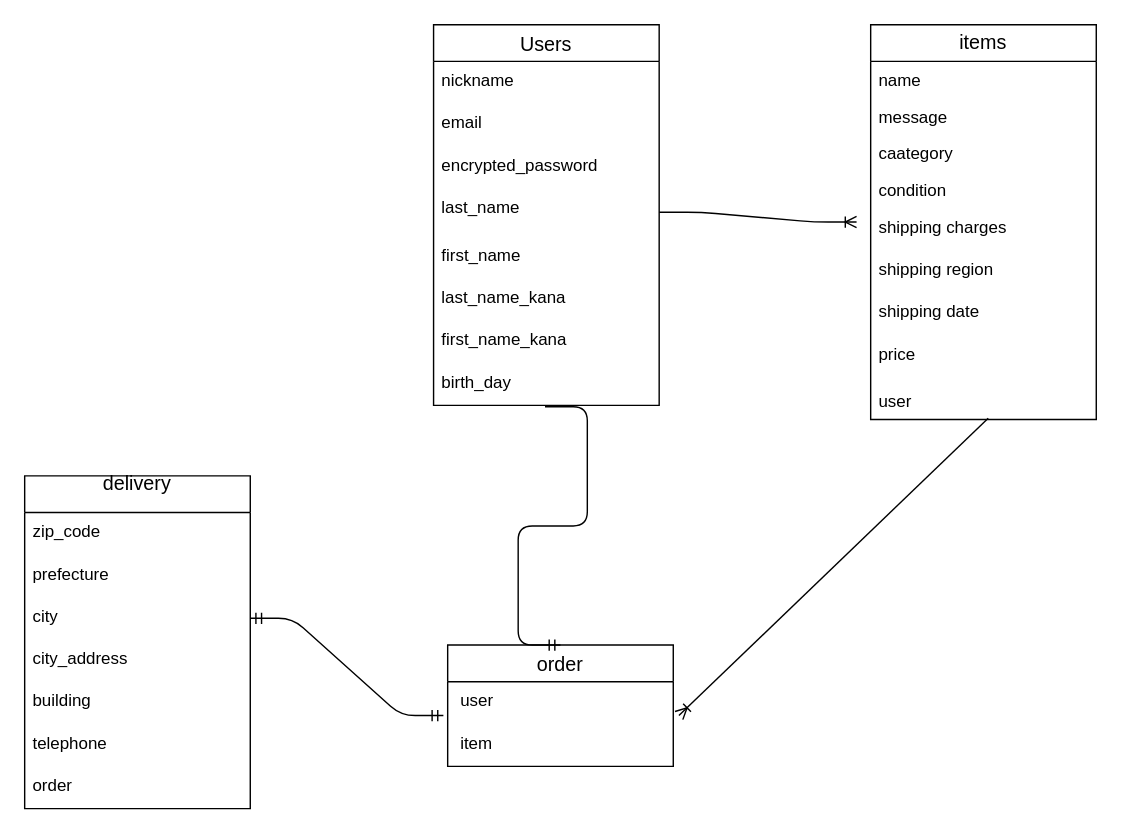
Above: ER.dio in tatsu11096/furima-38578 (draw.io), before the change. Source tidied: cells renumbered, new cells numbered last; positions are measured from the earlier drawing's top-left corner, leaving out a move shared by most shapes. Both pictures are drawn from the tidied source at 141%, with x=0, y=0 at pixel (24, 24).
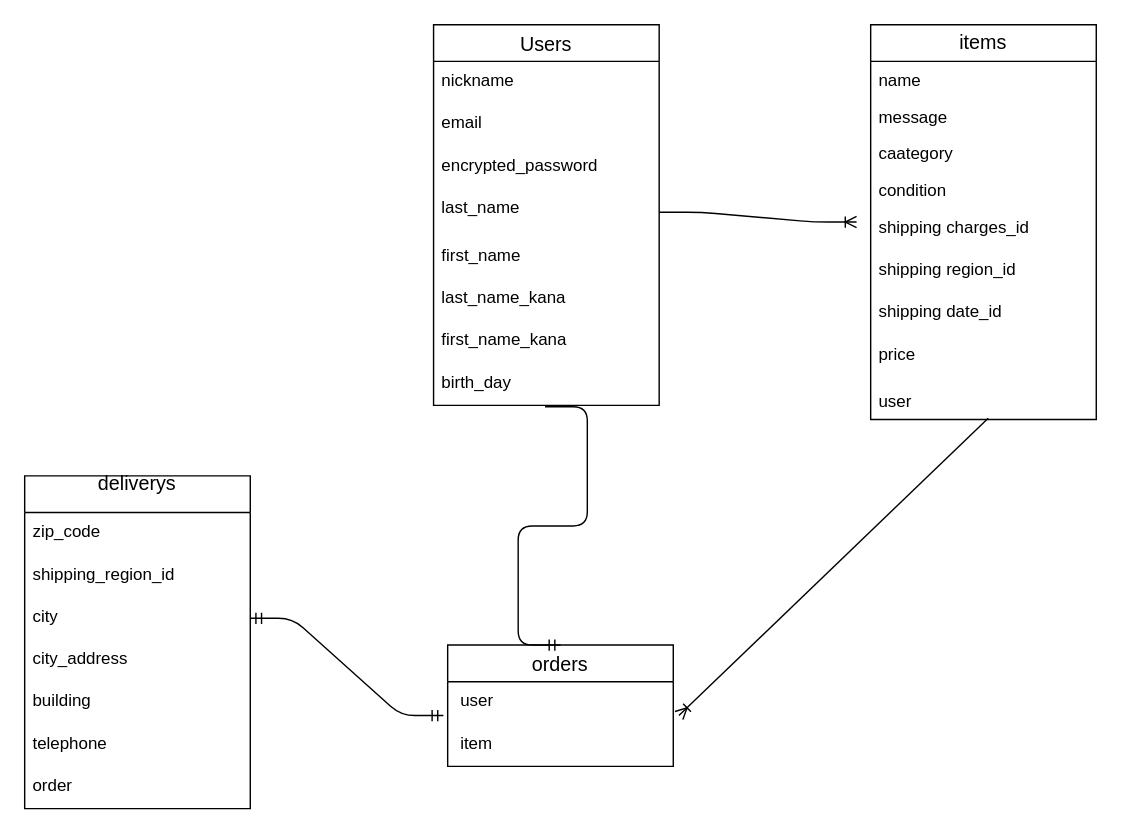
After the change.

Commit message (it also covers changes not shown here):
データベース修正３

The change refers to these unchanged cells:
```xml
<mxCell id="22" value="items" style="swimlane;fontStyle=0;horizontal=1;startSize=26;align=center;fontSize=14;whiteSpace=wrap;" parent="1" vertex="1">
  <mxGeometry x="600" width="160" height="280" as="geometry" />
</mxCell>
```

The edit, as a diff of the source:
```diff
@@
-    <mxCell id="11" value="order" style="swimlane;fontStyle=0;horizontal=1;startSize=26;align=center;fontSize=14;" parent="1" vertex="1">
+    <mxCell id="11" value="orders" style="swimlane;fontStyle=0;horizontal=1;startSize=26;align=center;fontSize=14;" parent="1" vertex="1">
       <mxGeometry x="300" y="440" width="160" height="86" as="geometry" />
     </mxCell>
@@
-    <mxCell id="14" value="delivery&#10;" style="swimlane;fontStyle=0;horizontal=1;startSize=26;align=center;fontSize=14;" parent="1" vertex="1">
+    <mxCell id="14" value="deliverys&#10;" style="swimlane;fontStyle=0;horizontal=1;startSize=26;align=center;fontSize=14;" parent="1" vertex="1">
       <mxGeometry y="320" width="160" height="236" as="geometry" />
     </mxCell>
@@
-    <mxCell id="16" value="prefecture" style="text;strokeColor=none;fillColor=none;spacingLeft=4;spacingRight=4;overflow=hidden;fontSize=12;" parent="14" vertex="1">
+    <mxCell id="16" value="shipping_region_id" style="text;strokeColor=none;fillColor=none;spacingLeft=4;spacingRight=4;overflow=hidden;fontSize=12;" parent="14" vertex="1">
       <mxGeometry y="56" width="160" height="30" as="geometry" />
     </mxCell>
@@
-    <mxCell id="27" value="shipping charges" style="text;strokeColor=none;fillColor=none;spacingLeft=4;spacingRight=4;overflow=hidden;fontSize=12;labelBackgroundColor=none;labelBorderColor=none;fontColor=default;" parent="22" vertex="1">
+    <mxCell id="27" value="shipping charges_id" style="text;strokeColor=none;fillColor=none;spacingLeft=4;spacingRight=4;overflow=hidden;fontSize=12;labelBackgroundColor=none;labelBorderColor=none;fontColor=default;" parent="22" vertex="1">
       <mxGeometry y="130" width="160" height="30" as="geometry" />
     </mxCell>
-    <mxCell id="28" value="shipping region" style="text;strokeColor=none;fillColor=none;spacingLeft=4;spacingRight=4;overflow=hidden;fontSize=12;labelBackgroundColor=none;labelBorderColor=none;fontColor=default;" parent="22" vertex="1">
+    <mxCell id="28" value="shipping region_id" style="text;strokeColor=none;fillColor=none;spacingLeft=4;spacingRight=4;overflow=hidden;fontSize=12;labelBackgroundColor=none;labelBorderColor=none;fontColor=default;" parent="22" vertex="1">
       <mxGeometry y="160" width="160" height="30" as="geometry" />
     </mxCell>
-    <mxCell id="29" value="shipping date" style="text;strokeColor=none;fillColor=none;spacingLeft=4;spacingRight=4;overflow=hidden;fontSize=12;labelBackgroundColor=none;labelBorderColor=none;fontColor=default;" parent="22" vertex="1">
+    <mxCell id="29" value="shipping date_id" style="text;strokeColor=none;fillColor=none;spacingLeft=4;spacingRight=4;overflow=hidden;fontSize=12;labelBackgroundColor=none;labelBorderColor=none;fontColor=default;" parent="22" vertex="1">
       <mxGeometry y="190" width="160" height="30" as="geometry" />
     </mxCell>
```
